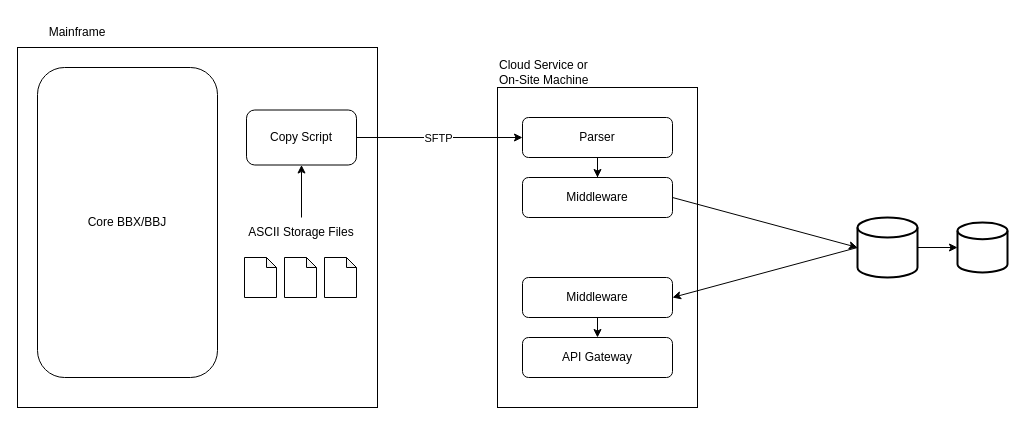
Before: HighLevel.drawio in Nicholas-Zarate/Nicholas-Zarate, a draw.io diagram. Source tidied: cells renumbered, new cells numbered last; positions are measured from the earlier drawing's top-left corner, leaving out a move shared by most shapes. Both pictures are drawn from the tidied source at 100%, with x=0, y=0 at pixel (17, 17).
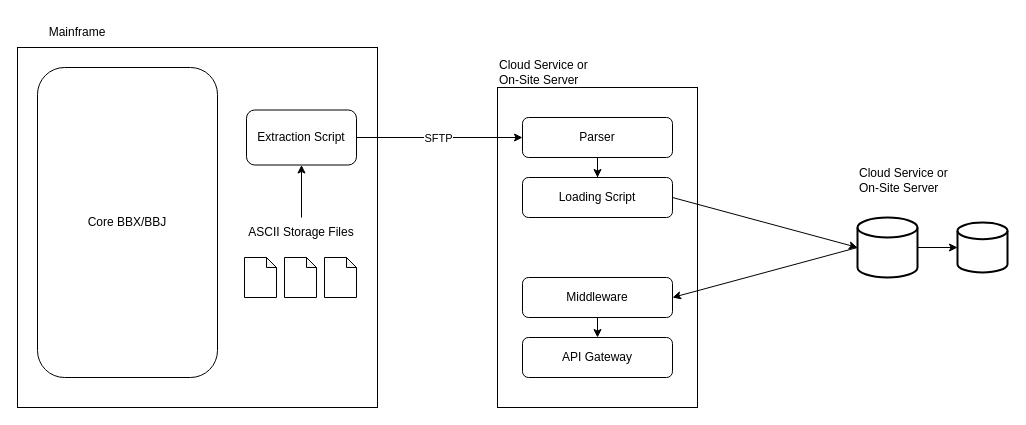
After the change.

Change to the diagram source:
```diff
@@
-    <mxCell id="11" value="Middleware" style="rounded=1;whiteSpace=wrap;html=1;" parent="1" vertex="1">
+    <mxCell id="11" value="Loading Script" style="rounded=1;whiteSpace=wrap;html=1;" parent="1" vertex="1">
       <mxGeometry x="505" y="160" width="150" height="40" as="geometry" />
     </mxCell>
@@
-    <mxCell id="22" value="Cloud Service or On-Site Machine" style="text;html=1;strokeColor=none;fillColor=none;align=left;verticalAlign=middle;whiteSpace=wrap;rounded=0;" parent="1" vertex="1">
+    <mxCell id="22" value="Cloud Service or On-Site Server" style="text;html=1;strokeColor=none;fillColor=none;align=left;verticalAlign=middle;whiteSpace=wrap;rounded=0;" parent="1" vertex="1">
       <mxGeometry x="480" y="40" width="110" height="30" as="geometry" />
     </mxCell>
@@
-    <mxCell id="25" value="Copy Script" style="rounded=1;whiteSpace=wrap;html=1;" parent="1" vertex="1">
+    <mxCell id="25" value="Extraction Script" style="rounded=1;whiteSpace=wrap;html=1;" parent="1" vertex="1">
       <mxGeometry x="229" y="92.5" width="110" height="55" as="geometry" />
     </mxCell>
+    <mxCell id="26" value="Cloud Service or On-Site Server" style="text;html=1;strokeColor=none;fillColor=none;align=left;verticalAlign=middle;whiteSpace=wrap;rounded=0;" parent="1" vertex="1">
+      <mxGeometry x="840" y="147.5" width="110" height="30" as="geometry" />
+    </mxCell>
```
